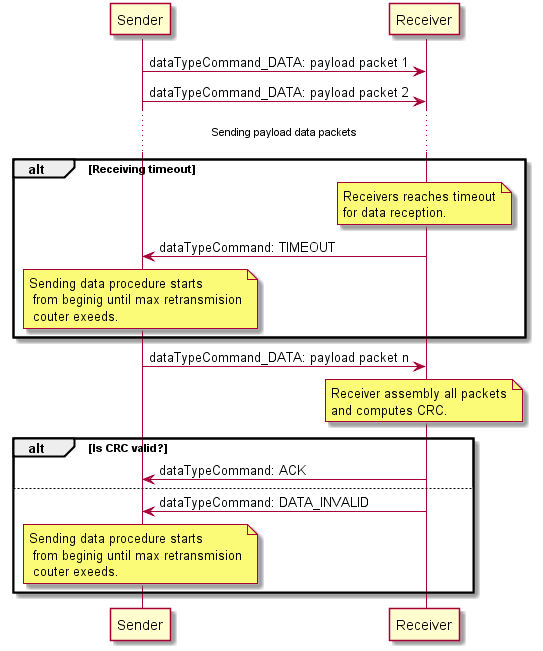
Above: doc/flow_sequences/signal_payload_data_transaction.png in skydiveuas/skydive (PlantUML), before the change. The source it was exported from:
```plantuml
@startuml

Sender -> Receiver: dataTypeCommand_DATA: payload packet 1
Sender -> Receiver: dataTypeCommand_DATA: payload packet 2

...Sending payload data packets...

alt Receiving timeout

note over Receiver: Receivers reaches timeout\nfor data reception.

Sender <- Receiver: dataTypeCommand: TIMEOUT

note over Sender: Sending data procedure starts\n from beginig until max retransmision\n couter exeeds.

end

Sender -> Receiver: dataTypeCommand_DATA: payload packet n

note over Receiver: Receiver assembly all packets\nand computes CRC.

alt Is CRC valid?

Sender <- Receiver: dataTypeCommand: ACK

else

Sender <- Receiver: dataTypeCommand: DATA_INVALID

note over Sender: Sending data procedure starts\n from beginig until max retransmision\n couter exeeds.

end


@enduml
```
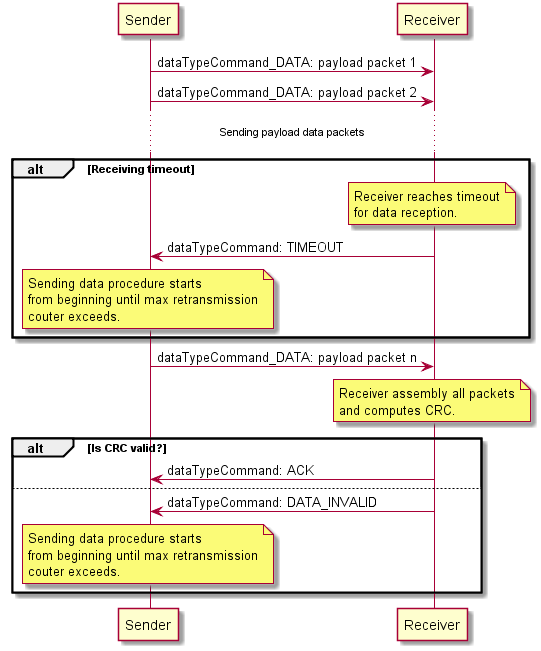
The same diagram one commit later.

What changed in the source:
```diff
@@ -7,11 +7,11 @@
 
 alt Receiving timeout
 
-note over Receiver: Receivers reaches timeout\nfor data reception.
+note over Receiver: Receiver reaches timeout\nfor data reception.
 
 Sender <- Receiver: dataTypeCommand: TIMEOUT
 
-note over Sender: Sending data procedure starts\n from beginig until max retransmision\n couter exeeds.
+note over Sender: Sending data procedure starts\nfrom beginning until max retransmission\ncouter exceeds.
 
 end
 
@@ -27,7 +27,7 @@
 
 Sender <- Receiver: dataTypeCommand: DATA_INVALID
 
-note over Sender: Sending data procedure starts\n from beginig until max retransmision\n couter exeeds.
+note over Sender: Sending data procedure starts\nfrom beginning until max retransmission\ncouter exceeds.
 
 end
 
```
